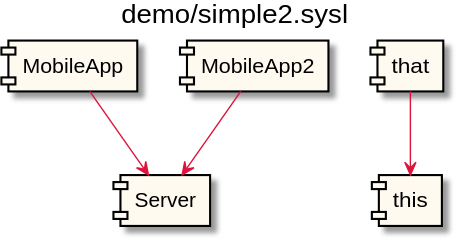
Before: docs/integration.svg, a diagram exported from PlantUML (anz-bank/sysl-catalog).
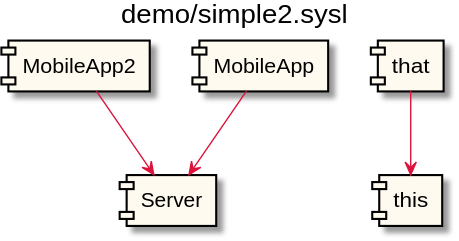
Later version of the same file.

Diff of the diagram source:
```diff
@@ -9,12 +9,12 @@
   BorderColor Black
   ArrowColor Crimson
 }
-[MobileApp] as _0 <<highlight>>
+[MobileApp2] as _0 <<highlight>>
 [Server] as _1 <<highlight>>
 _0 --> _1
 [that] as _2 <<highlight>>
 [this] as _3 <<highlight>>
 _2 --> _3
-[MobileApp2] as _4 <<highlight>>
+[MobileApp] as _4 <<highlight>>
 _4 --> _1
 @enduml
```
